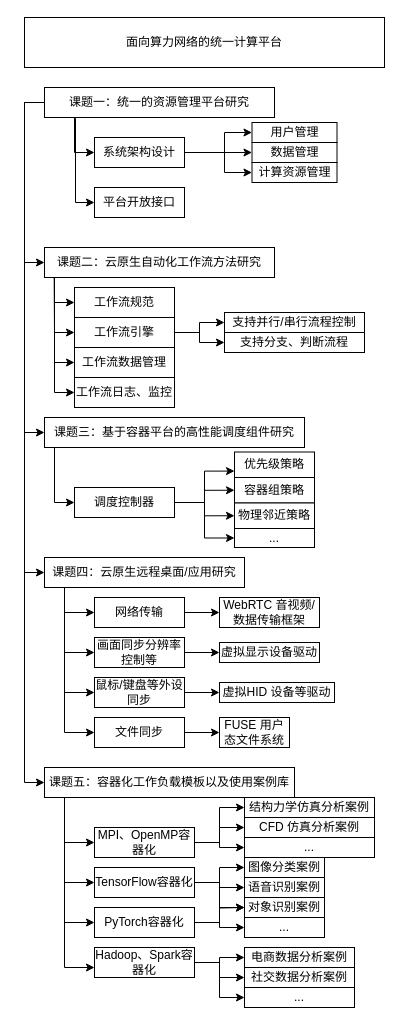
Earlier version of the draw.io diagram page "第 2 页" (2 of 3) of suanflow.drawio (Fruneng/drawio-storage). Source tidied: cells renumbered, new cells numbered last; positions are measured from the earlier drawing's top-left corner, leaving out a move shared by most shapes. Both pictures are drawn from the tidied source at 100%, with x=0, y=0 at pixel (24, 17).
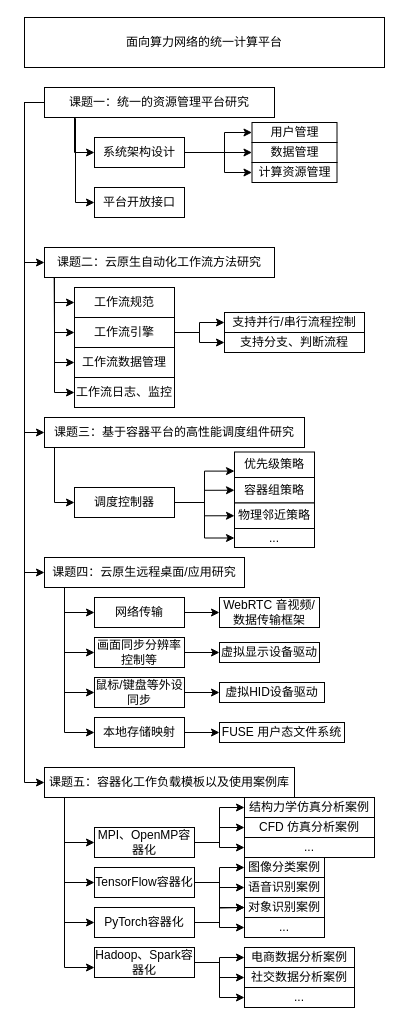
The same diagram, later.

What changed in the source:
```diff
@@
-    <mxCell id="81" value="文件同步" style="rounded=0;whiteSpace=wrap;html=1;" parent="1" vertex="1">
+    <mxCell id="81" value="本地存储映射" style="rounded=0;whiteSpace=wrap;html=1;" parent="1" vertex="1">
       <mxGeometry x="70" y="700" width="90" height="30" as="geometry" />
     </mxCell>
@@
-    <mxCell id="84" value="虚拟HID 设备等驱动" style="rounded=0;whiteSpace=wrap;html=1;" parent="1" vertex="1">
-      <mxGeometry x="195" y="665" width="115" height="20" as="geometry" />
+    <mxCell id="84" value="虚拟HID设备驱动" style="rounded=0;whiteSpace=wrap;html=1;" parent="1" vertex="1">
+      <mxGeometry x="195" y="665" width="105" height="20" as="geometry" />
     </mxCell>
     <mxCell id="85" value="FUSE 用户态文件系统" style="rounded=0;whiteSpace=wrap;html=1;" parent="1" vertex="1">
-      <mxGeometry x="195" y="700" width="70" height="30" as="geometry" />
+      <mxGeometry x="195" y="705" width="125" height="20" as="geometry" />
     </mxCell>
```
